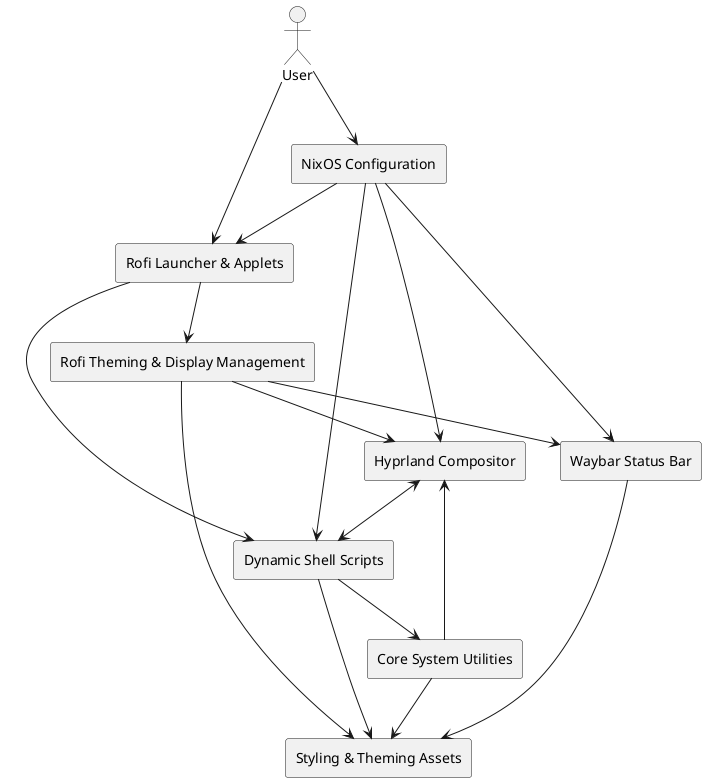
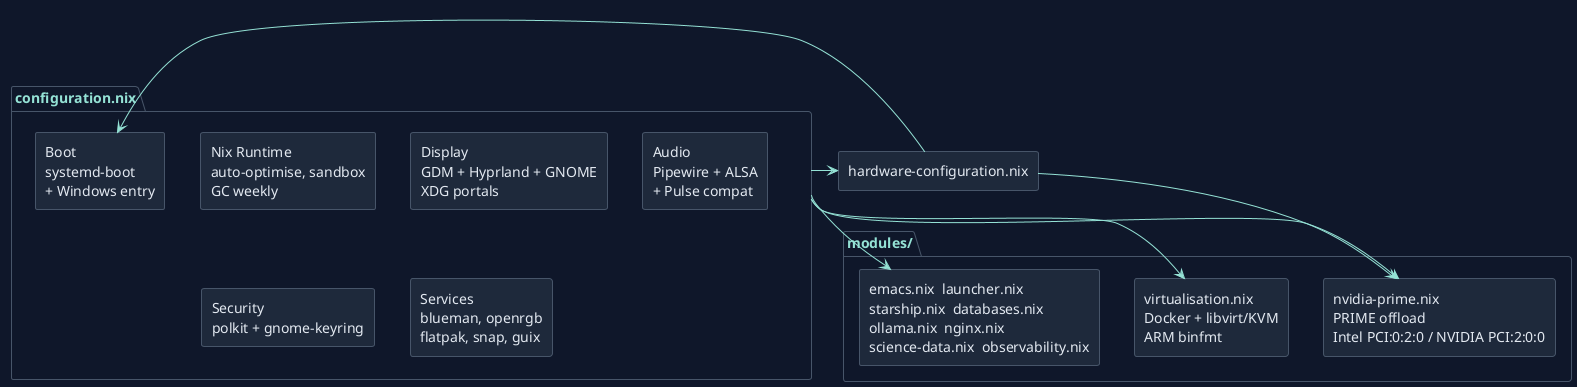
@startuml system-architecture
- actor User
- rectangle "NixOS Configuration" as Config
- rectangle "Rofi Launcher & Applets" as Rofi
- rectangle "Rofi Theming & Display Management" as RofiTheme
- rectangle "Waybar Status Bar" as Waybar
- rectangle "Dynamic Shell Scripts" as Scripts
- rectangle "Core System Utilities" as Utils
- rectangle "Styling & Theming Assets" as Styling
- rectangle "Hyprland Compositor" as Hyprland
+ !theme plain
+ skinparam backgroundColor #0f172a
+ skinparam defaultFontColor #e2e8f0
+ skinparam arrowColor #94e2d5
+ skinparam borderColor #475569
+ skinparam shadowing false

- User --> Config
- User --> Rofi
+ skinparam rectangle {
+   BackgroundColor #1e293b
+   BorderColor #475569
+   FontColor #e2e8f0
+ }
+ skinparam package {
+   BackgroundColor #0f172a
+   BorderColor #475569
+   FontColor #94e2d5
+ }

- Config --> Rofi
- Config --> Waybar
- Config --> Scripts
- Config --> Hyprland
+ package "configuration.nix" {
+   rectangle "Boot\nsystemd-boot\n+ Windows entry" as boot
+   rectangle "Nix Runtime\nauto-optimise, sandbox\nGC weekly" as nix
+   rectangle "Display\nGDM + Hyprland + GNOME\nXDG portals" as display
+   rectangle "Audio\nPipewire + ALSA\n+ Pulse compat" as audio
+   rectangle "Security\npolkit + gnome-keyring" as sec
+   rectangle "Services\nblueman, openrgb\nflatpak, snap, guix" as svc
+ }

- Rofi --> RofiTheme
- Rofi --> Scripts
+ package "modules/" {
+   rectangle "nvidia-prime.nix\nPRIME offload\nIntel PCI:0:2:0 / NVIDIA PCI:2:0:0" as nvidia
+   rectangle "virtualisation.nix\nDocker + libvirt/KVM\nARM binfmt" as virt
+   rectangle "emacs.nix  launcher.nix\nstarship.nix  databases.nix\nollama.nix  nginx.nix\nscience-data.nix  observability.nix" as mods
+ }

- RofiTheme --> Waybar
- RofiTheme --> Hyprland
- RofiTheme --> Styling
+ rectangle "hardware-configuration.nix" as hw

- Waybar --> Styling
- Scripts --> Styling
- Scripts --> Utils
- Utils --> Styling
- Utils --> Hyprland
- Hyprland <--> Scripts
- @enduml
+ hw --> boot
+ hw --> nvidia
+ "configuration.nix" --> hw
+ "configuration.nix" --> nvidia
+ "configuration.nix" --> virt
+ "configuration.nix" --> mods

@enduml
